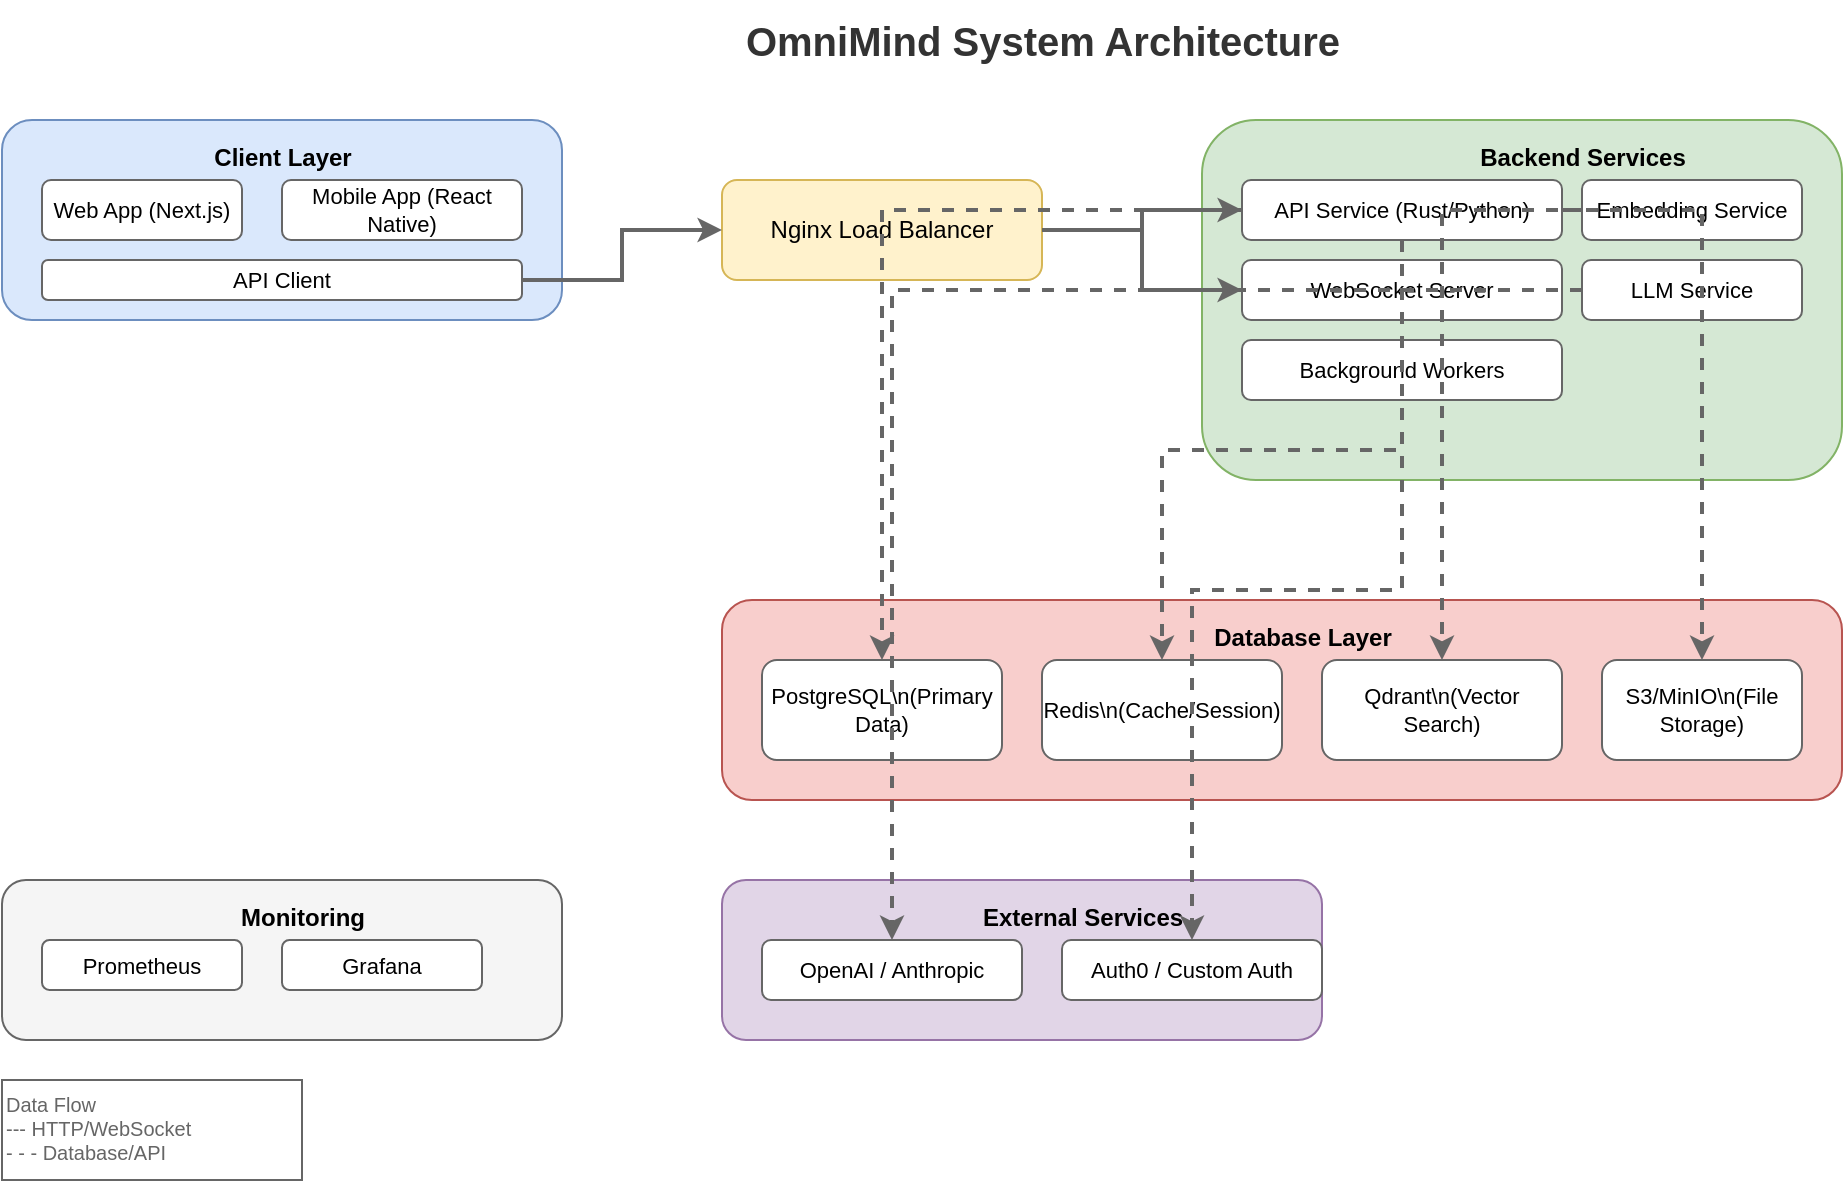
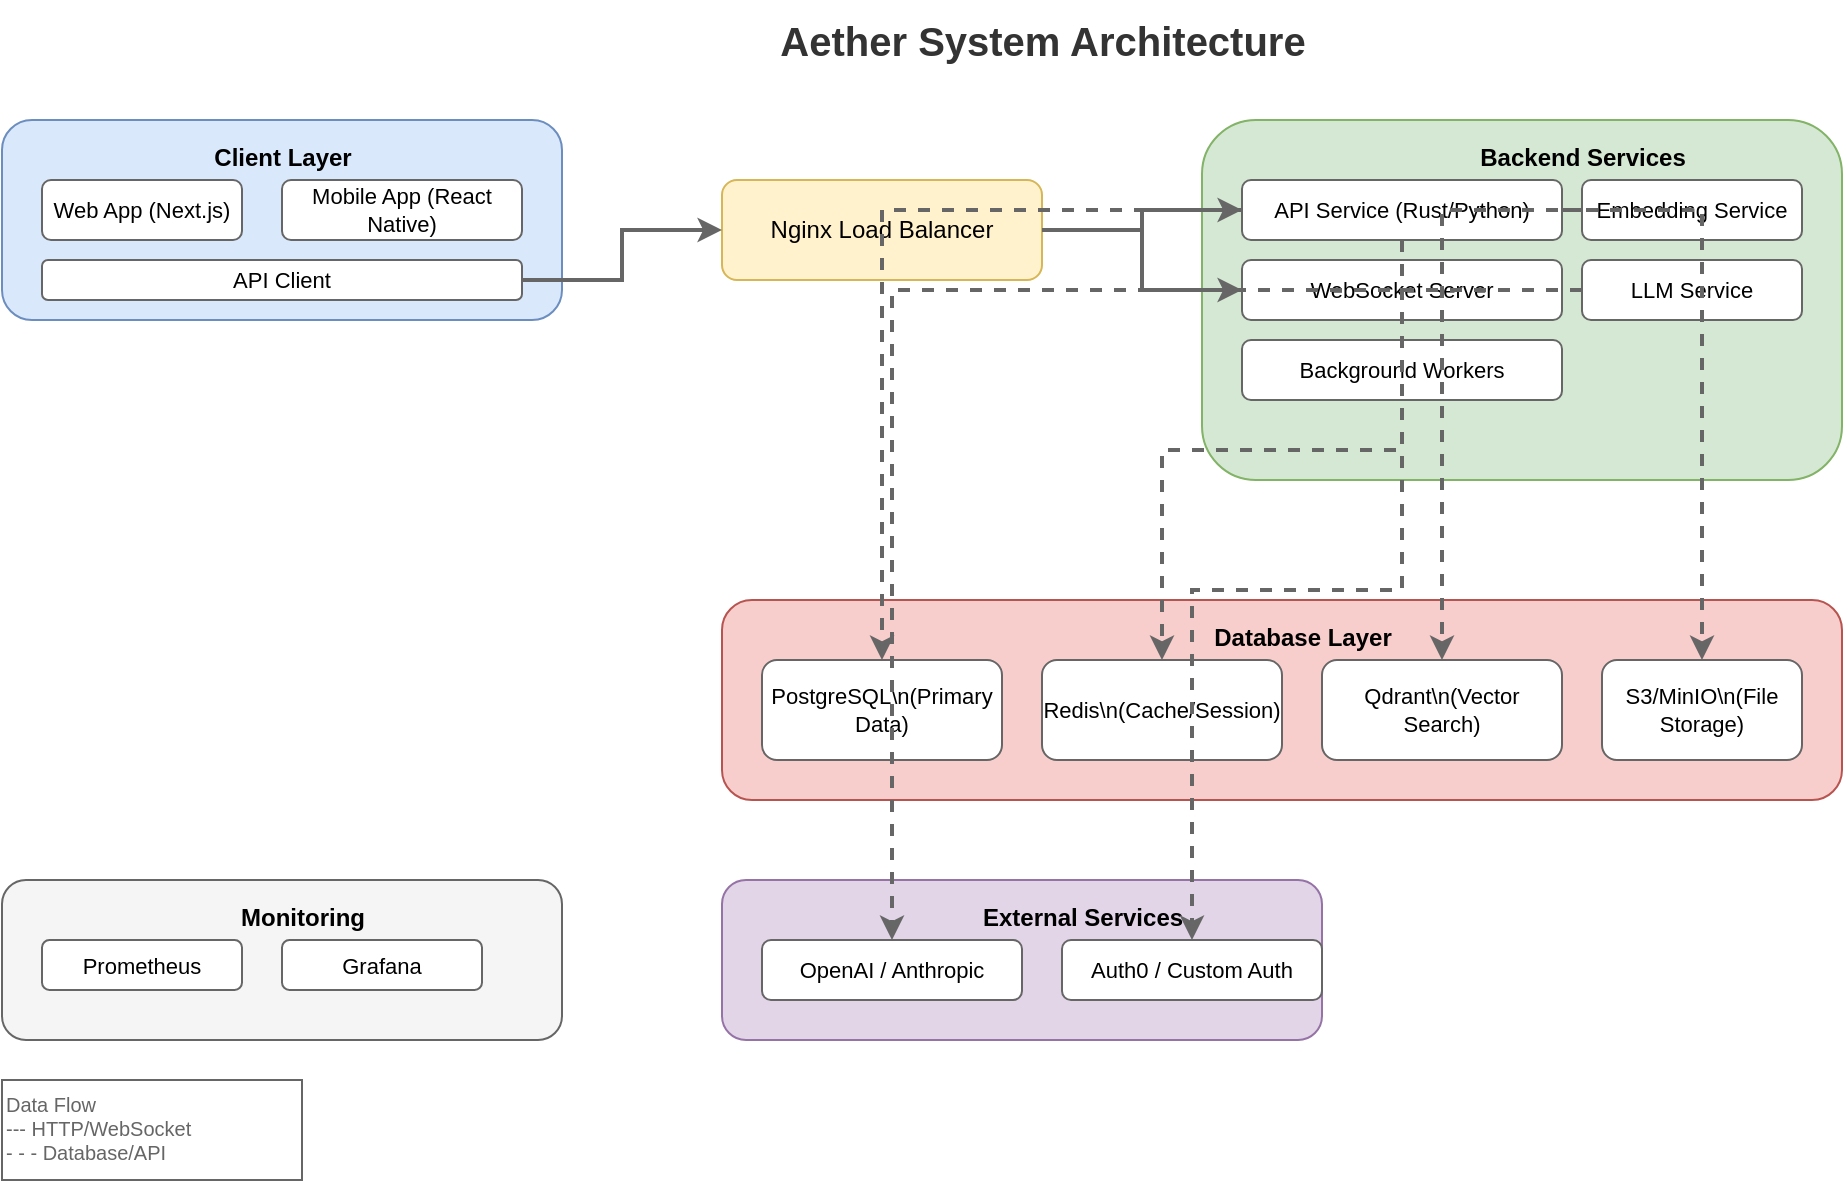
- <mxfile host="app.diagrams.net" modified="2024-01-15T00:00:00.000Z" agent="OmniMind" version="21.0.0" type="device">
-   <diagram id="architecture" name="OmniMind Architecture">
+ <mxfile host="app.diagrams.net" modified="2024-01-15T00:00:00.000Z" agent="Aether" version="21.0.0" type="device">
+   <diagram id="architecture" name="Aether Architecture">
    <mxGraphModel dx="1200" dy="800" grid="1" gridSize="10" guides="1" tooltips="1" connect="1" arrows="1" fold="1" page="1" pageScale="1" pageWidth="1200" pageHeight="900" math="0" shadow="0">
      <root>
        <mxCell id="0" />
        <mxCell id="1" parent="0" />

        <!-- Title -->
-         <mxCell id="title" value="OmniMind System Architecture" style="text;html=1;strokeColor=none;fillColor=none;align=center;verticalAlign=middle;fontSize=20;fontStyle=1;fontColor=#333333;" vertex="1" parent="1">
+         <mxCell id="title" value="Aether System Architecture" style="text;html=1;strokeColor=none;fillColor=none;align=center;verticalAlign=middle;fontSize=20;fontStyle=1;fontColor=#333333;" vertex="1" parent="1">
          <mxGeometry x="400" y="20" width="400" height="40" as="geometry" />
        </mxCell>

        <!-- Client Layer -->
        <mxCell id="client_box" value="" style="rounded=1;whiteSpace=wrap;html=1;fillColor=#dae8fc;strokeColor=#6c8ebf;fontSize=14;" vertex="1" parent="1">
          <mxGeometry x="80" y="80" width="280" height="100" as="geometry" />
        </mxCell>
        <mxCell id="client_label" value="Client Layer" style="text;html=1;strokeColor=none;fillColor=none;align=center;fontSize=12;fontStyle=1;" vertex="1" parent="1">
          <mxGeometry x="180" y="85" width="80" height="20" as="geometry" />
        </mxCell>
        <mxCell id="web_app" value="Web App (Next.js)" style="rounded=1;whiteSpace=wrap;html=1;fillColor=#ffffff;strokeColor=#666666;fontSize=11;" vertex="1" parent="1">
          <mxGeometry x="100" y="110" width="100" height="30" as="geometry" />
        </mxCell>
        <mxCell id="mobile_app" value="Mobile App (React Native)" style="rounded=1;whiteSpace=wrap;html=1;fillColor=#ffffff;strokeColor=#666666;fontSize=11;" vertex="1" parent="1">
          <mxGeometry x="220" y="110" width="120" height="30" as="geometry" />
        </mxCell>
        <mxCell id="api_client" value="API Client" style="rounded=1;whiteSpace=wrap;html=1;fillColor=#ffffff;strokeColor=#666666;fontSize=11;" vertex="1" parent="1">
          <mxGeometry x="100" y="150" width="240" height="20" as="geometry" />
        </mxCell>

        <!-- Load Balancer -->
        <mxCell id="nginx" value="Nginx Load Balancer" style="rounded=1;whiteSpace=wrap;html=1;fillColor=#fff2cc;strokeColor=#d6b656;fontSize=12;" vertex="1" parent="1">
          <mxGeometry x="440" y="110" width="160" height="50" as="geometry" />
        </mxCell>

        <!-- Connection lines -->
        <mxCell id="line1" style="edgeStyle=orthogonalEdgeStyle;rounded=0;orthogonalLoop=1;jettySize=auto;html=1;strokeColor=#666666;strokeWidth=2;" edge="1" parent="1" source="api_client" target="nginx">
          <mxGeometry relative="1" as="geometry" />
        </mxCell>

        <!-- Backend -->
        <mxCell id="backend_box" value="" style="rounded=1;whiteSpace=wrap;html=1;fillColor=#d5e8d4;strokeColor=#82b366;fontSize=14;" vertex="1" parent="1">
          <mxGeometry x="680" y="80" width="320" height="180" as="geometry" />
        </mxCell>
        <mxCell id="backend_label" value="Backend Services" style="text;html=1;strokeColor=none;fillColor=none;align=center;fontSize=12;fontStyle=1;" vertex="1" parent="1">
          <mxGeometry x="810" y="85" width="120" height="20" as="geometry" />
        </mxCell>
        <mxCell id="api_service" value="API Service (Rust/Python)" style="rounded=1;whiteSpace=wrap;html=1;fillColor=#ffffff;strokeColor=#666666;fontSize=11;" vertex="1" parent="1">
          <mxGeometry x="700" y="110" width="160" height="30" as="geometry" />
        </mxCell>
        <mxCell id="websocket_service" value="WebSocket Server" style="rounded=1;whiteSpace=wrap;html=1;fillColor=#ffffff;strokeColor=#666666;fontSize=11;" vertex="1" parent="1">
          <mxGeometry x="700" y="150" width="160" height="30" as="geometry" />
        </mxCell>
        <mxCell id="worker_service" value="Background Workers" style="rounded=1;whiteSpace=wrap;html=1;fillColor=#ffffff;strokeColor=#666666;fontSize=11;" vertex="1" parent="1">
          <mxGeometry x="700" y="190" width="160" height="30" as="geometry" />
        </mxCell>
        <mxCell id="embedding_service" value="Embedding Service" style="rounded=1;whiteSpace=wrap;html=1;fillColor=#ffffff;strokeColor=#666666;fontSize=11;" vertex="1" parent="1">
          <mxGeometry x="870" y="110" width="110" height="30" as="geometry" />
        </mxCell>
        <mxCell id="llm_service" value="LLM Service" style="rounded=1;whiteSpace=wrap;html=1;fillColor=#ffffff;strokeColor=#666666;fontSize=11;" vertex="1" parent="1">
          <mxGeometry x="870" y="150" width="110" height="30" as="geometry" />
        </mxCell>

        <!-- Connection -->
        <mxCell id="line2" style="edgeStyle=orthogonalEdgeStyle;rounded=0;orthogonalLoop=1;jettySize=auto;html=1;strokeColor=#666666;strokeWidth=2;" edge="1" parent="1" source="nginx" target="api_service">
          <mxGeometry relative="1" as="geometry" />
        </mxCell>
        <mxCell id="line3" style="edgeStyle=orthogonalEdgeStyle;rounded=0;orthogonalLoop=1;jettySize=auto;html=1;strokeColor=#666666;strokeWidth=2;" edge="1" parent="1" source="nginx" target="websocket_service">
          <mxGeometry relative="1" as="geometry" />
        </mxCell>

        <!-- Database Layer -->
        <mxCell id="db_box" value="" style="rounded=1;whiteSpace=wrap;html=1;fillColor=#f8cecc;strokeColor=#b85450;fontSize=14;" vertex="1" parent="1">
          <mxGeometry x="440" y="320" width="560" height="100" as="geometry" />
        </mxCell>
        <mxCell id="db_label" value="Database Layer" style="text;html=1;strokeColor=none;fillColor=none;align=center;fontSize=12;fontStyle=1;" vertex="1" parent="1">
          <mxGeometry x="680" y="325" width="100" height="20" as="geometry" />
        </mxCell>
        <mxCell id="postgres" value="PostgreSQL\n(Primary Data)" style="rounded=1;whiteSpace=wrap;html=1;fillColor=#ffffff;strokeColor=#666666;fontSize=11;" vertex="1" parent="1">
          <mxGeometry x="460" y="350" width="120" height="50" as="geometry" />
        </mxCell>
        <mxCell id="redis" value="Redis\n(Cache/Session)" style="rounded=1;whiteSpace=wrap;html=1;fillColor=#ffffff;strokeColor=#666666;fontSize=11;" vertex="1" parent="1">
          <mxGeometry x="600" y="350" width="120" height="50" as="geometry" />
        </mxCell>
        <mxCell id="qdrant" value="Qdrant\n(Vector Search)" style="rounded=1;whiteSpace=wrap;html=1;fillColor=#ffffff;strokeColor=#666666;fontSize=11;" vertex="1" parent="1">
          <mxGeometry x="740" y="350" width="120" height="50" as="geometry" />
        </mxCell>
        <mxCell id="s3" value="S3/MinIO\n(File Storage)" style="rounded=1;whiteSpace=wrap;html=1;fillColor=#ffffff;strokeColor=#666666;fontSize=11;" vertex="1" parent="1">
          <mxGeometry x="880" y="350" width="100" height="50" as="geometry" />
        </mxCell>

        <!-- Connection to DB -->
        <mxCell id="line4" style="edgeStyle=orthogonalEdgeStyle;rounded=0;orthogonalLoop=1;jettySize=auto;html=1;strokeColor=#666666;strokeWidth=2;dashed=1;" edge="1" parent="1" source="api_service" target="postgres">
          <mxGeometry relative="1" as="geometry" />
        </mxCell>
        <mxCell id="line5" style="edgeStyle=orthogonalEdgeStyle;rounded=0;orthogonalLoop=1;jettySize=auto;html=1;strokeColor=#666666;strokeWidth=2;dashed=1;" edge="1" parent="1" source="api_service" target="redis">
          <mxGeometry relative="1" as="geometry" />
        </mxCell>
        <mxCell id="line6" style="edgeStyle=orthogonalEdgeStyle;rounded=0;orthogonalLoop=1;jettySize=auto;html=1;strokeColor=#666666;strokeWidth=2;dashed=1;" edge="1" parent="1" source="embedding_service" target="qdrant">
          <mxGeometry relative="1" as="geometry" />
        </mxCell>
        <mxCell id="line7" style="edgeStyle=orthogonalEdgeStyle;rounded=0;orthogonalLoop=1;jettySize=auto;html=1;strokeColor=#666666;strokeWidth=2;dashed=1;" edge="1" parent="1" source="api_service" target="s3">
          <mxGeometry relative="1" as="geometry" />
        </mxCell>

        <!-- External Services -->
        <mxCell id="external_box" value="" style="rounded=1;whiteSpace=wrap;html=1;fillColor=#e1d5e7;strokeColor=#9673a6;fontSize=14;" vertex="1" parent="1">
          <mxGeometry x="440" y="460" width="300" height="80" as="geometry" />
        </mxCell>
        <mxCell id="external_label" value="External Services" style="text;html=1;strokeColor=none;fillColor=none;align=center;fontSize=12;fontStyle=1;" vertex="1" parent="1">
          <mxGeometry x="560" y="465" width="120" height="20" as="geometry" />
        </mxCell>
        <mxCell id="openai" value="OpenAI / Anthropic" style="rounded=1;whiteSpace=wrap;html=1;fillColor=#ffffff;strokeColor=#666666;fontSize=11;" vertex="1" parent="1">
          <mxGeometry x="460" y="490" width="130" height="30" as="geometry" />
        </mxCell>
        <mxCell id="auth0" value="Auth0 / Custom Auth" style="rounded=1;whiteSpace=wrap;html=1;fillColor=#ffffff;strokeColor=#666666;fontSize=11;" vertex="1" parent="1">
          <mxGeometry x="610" y="490" width="130" height="30" as="geometry" />
        </mxCell>

        <!-- Monitoring -->
        <mxCell id="monitor_box" value="" style="rounded=1;whiteSpace=wrap;html=1;fillColor=#f5f5f5;strokeColor=#666666;fontSize=14;" vertex="1" parent="1">
          <mxGeometry x="80" y="460" width="280" height="80" as="geometry" />
        </mxCell>
        <mxCell id="monitor_label" value="Monitoring" style="text;html=1;strokeColor=none;fillColor=none;align=center;fontSize=12;fontStyle=1;" vertex="1" parent="1">
          <mxGeometry x="190" y="465" width="80" height="20" as="geometry" />
        </mxCell>
        <mxCell id="prometheus" value="Prometheus" style="rounded=1;whiteSpace=wrap;html=1;fillColor=#ffffff;strokeColor=#666666;fontSize=11;" vertex="1" parent="1">
          <mxGeometry x="100" y="490" width="100" height="25" as="geometry" />
        </mxCell>
        <mxCell id="grafana" value="Grafana" style="rounded=1;whiteSpace=wrap;html=1;fillColor=#ffffff;strokeColor=#666666;fontSize=11;" vertex="1" parent="1">
          <mxGeometry x="220" y="490" width="100" height="25" as="geometry" />
        </mxCell>

        <!-- Connection to external -->
        <mxCell id="line8" style="edgeStyle=orthogonalEdgeStyle;rounded=0;orthogonalLoop=1;jettySize=auto;html=1;strokeColor=#666666;strokeWidth=2;dashed=1;" edge="1" parent="1" source="llm_service" target="openai">
          <mxGeometry relative="1" as="geometry" />
        </mxCell>
        <mxCell id="line9" style="edgeStyle=orthogonalEdgeStyle;rounded=0;orthogonalLoop=1;jettySize=auto;html=1;strokeColor=#666666;strokeWidth=2;dashed=1;" edge="1" parent="1" source="api_service" target="auth0">
          <mxGeometry relative="1" as="geometry" />
        </mxCell>

        <!-- Legend -->
        <mxCell id="legend" value="Data Flow&#xa;--- HTTP/WebSocket&#xa;- - - Database/API" style="text;html=1;strokeColor=#666666;fillColor=#ffffff;align=left;verticalAlign=top;fontSize=10;fontColor=#666666;" vertex="1" parent="1">
          <mxGeometry x="80" y="560" width="150" height="50" as="geometry" />
        </mxCell>
      </root>
    </mxGraphModel>
  </diagram>
</mxfile>